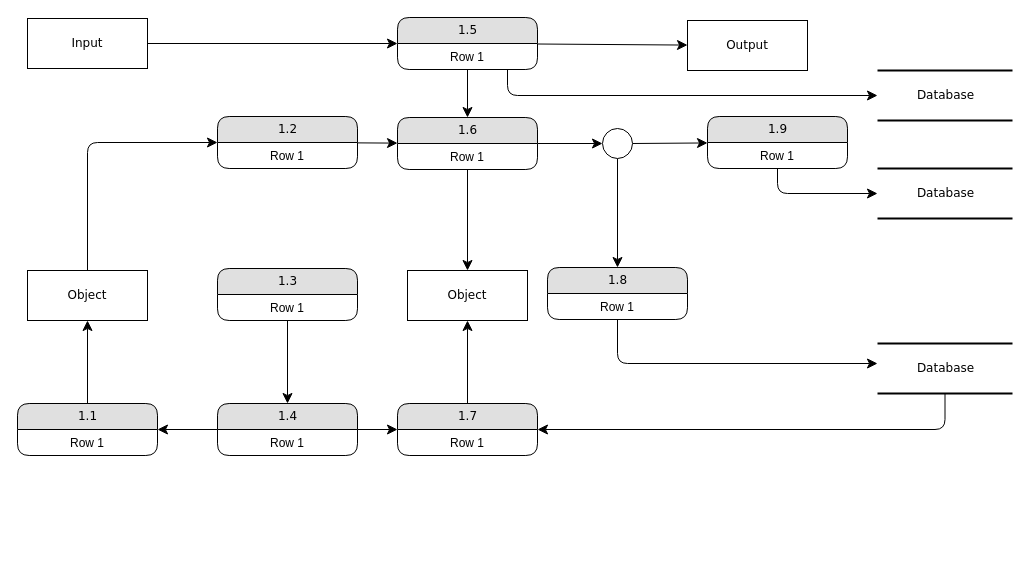
bachdev/diagram keeps this draw.io diagram as gate system.drawio. Above is the earlier version. Source tidied: cells renumbered, new cells numbered last; positions are measured from the earlier drawing's top-left corner, leaving out a move shared by most shapes. Both pictures are drawn from the tidied source at 100%, with x=0, y=0 at pixel (17, 17).
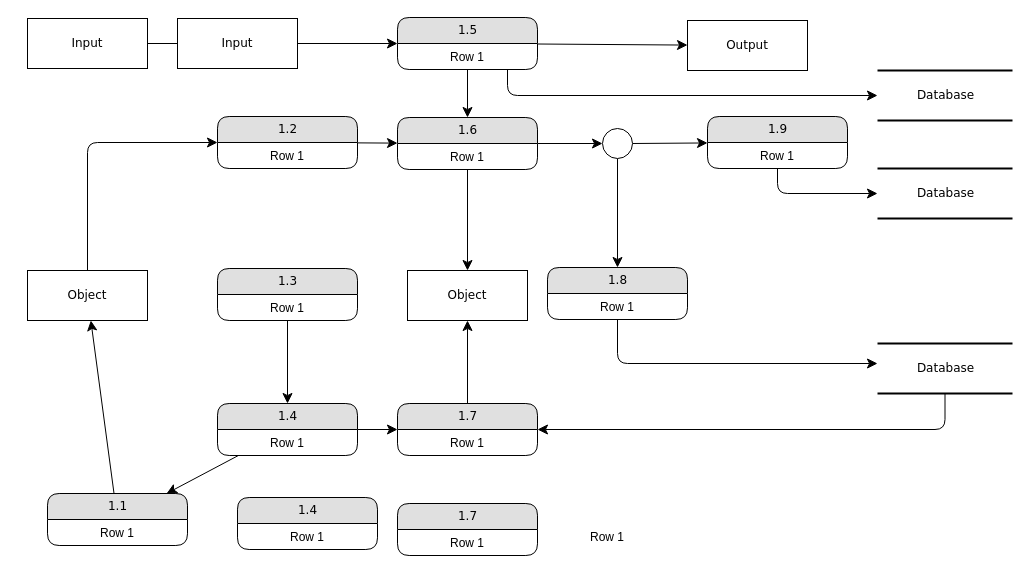
Above is the later version.

What changed in the source:
```diff
@@
     <mxCell id="31" value="1.1" style="swimlane;html=1;fontStyle=0;horizontal=1;startSize=26;fillColor=#e0e0e0;swimlaneFillColor=#ffffff;align=center;rounded=1;shadow=0;comic=0;labelBackgroundColor=none;strokeWidth=1;fontFamily=Verdana;fontSize=12;" parent="1" vertex="1">
-      <mxGeometry y="386" width="140" height="52" as="geometry" />
+      <mxGeometry x="30" y="476" width="140" height="52" as="geometry" />
     </mxCell>
@@
+    <mxCell id="46" value="Row 1" style="text;html=1;strokeColor=none;fillColor=none;spacingLeft=4;spacingRight=4;whiteSpace=wrap;overflow=hidden;align=center;" parent="1" vertex="1">
+      <mxGeometry x="520" y="506" width="140" height="26" as="geometry" />
+    </mxCell>
+    <mxCell id="47" value="1.7" style="swimlane;html=1;fontStyle=0;horizontal=1;startSize=26;fillColor=#e0e0e0;swimlaneFillColor=#ffffff;align=center;rounded=1;shadow=0;comic=0;labelBackgroundColor=none;strokeWidth=1;fontFamily=Verdana;fontSize=12;" parent="1" vertex="1">
+      <mxGeometry x="380" y="486" width="140" height="52" as="geometry" />
+    </mxCell>
+    <mxCell id="48" value="Row 1" style="text;html=1;strokeColor=none;fillColor=none;spacingLeft=4;spacingRight=4;whiteSpace=wrap;overflow=hidden;align=center;" parent="47" vertex="1">
+      <mxGeometry y="26" width="140" height="26" as="geometry" />
+    </mxCell>
+    <mxCell id="49" value="1.4" style="swimlane;html=1;fontStyle=0;horizontal=1;startSize=26;fillColor=#e0e0e0;swimlaneFillColor=#ffffff;align=center;rounded=1;shadow=0;comic=0;labelBackgroundColor=none;strokeWidth=1;fontFamily=Verdana;fontSize=12;" parent="1" vertex="1">
+      <mxGeometry x="220" y="480" width="140" height="52" as="geometry" />
+    </mxCell>
+    <mxCell id="50" value="Row 1" style="text;html=1;strokeColor=none;fillColor=none;spacingLeft=4;spacingRight=4;whiteSpace=wrap;overflow=hidden;align=center;" parent="49" vertex="1">
+      <mxGeometry y="26" width="140" height="26" as="geometry" />
+    </mxCell>
+    <mxCell id="51" value="Input" style="whiteSpace=wrap;html=1;rounded=0;shadow=0;comic=0;labelBackgroundColor=none;strokeWidth=1;fontFamily=Verdana;fontSize=12;align=center;" parent="1" vertex="1">
+      <mxGeometry x="160" y="1" width="120" height="50" as="geometry" />
+    </mxCell>
```
